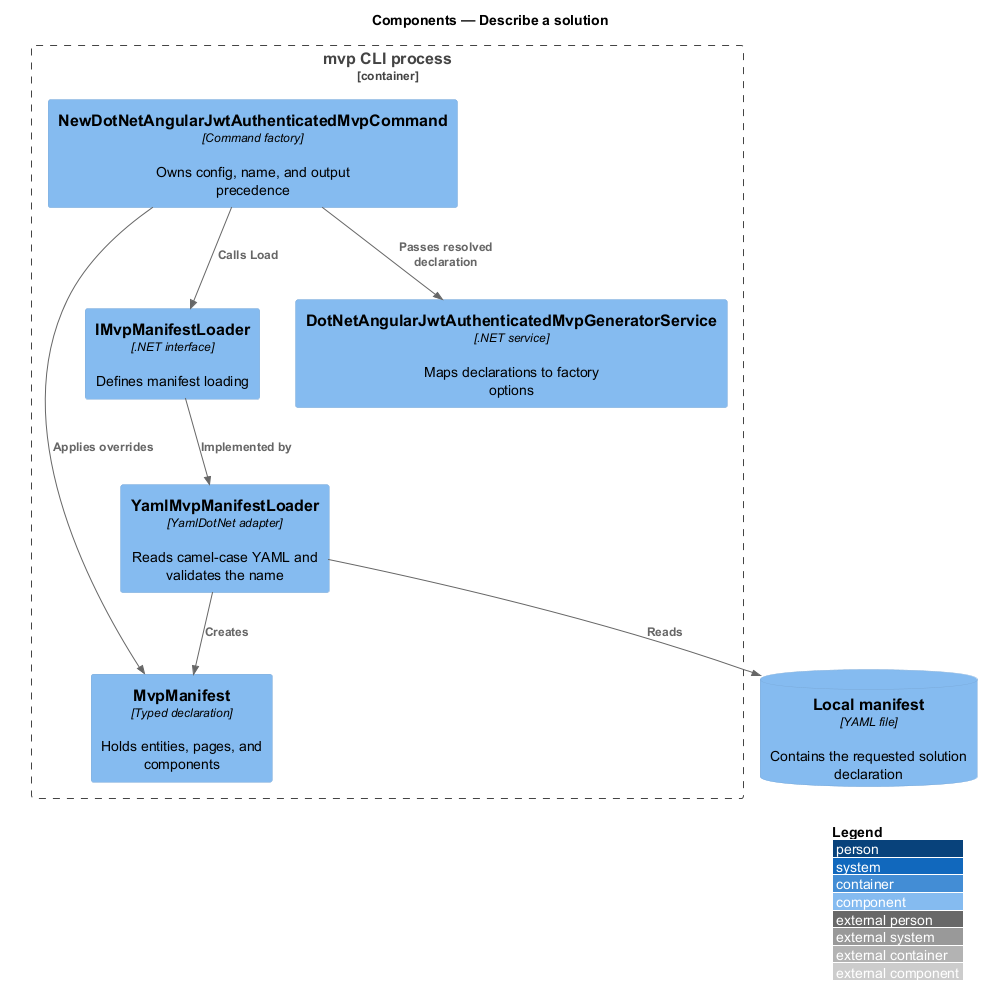
QuinntyneBrown/mvp keeps this PlantUML diagram as docs/detailed-designs/manifest/describe-a-solution/diagrams/c4-component.png. Above is the earlier version. The source it was exported from:
```plantuml
@startuml
!include <C4/C4_Component>
LAYOUT_WITH_LEGEND()
title Components — Describe a solution

Container_Boundary(cli, "mvp CLI process") {
  Component(command, "NewDotNetAngularJwtAuthenticatedMvpCommand", "Command factory", "Owns config, name, and output precedence")
  Component(contract, "IMvpManifestLoader", ".NET interface", "Defines manifest loading")
  Component(loader, "YamlMvpManifestLoader", "YamlDotNet adapter", "Reads camel-case YAML and validates the name")
  Component(model, "MvpManifest", "Typed declaration", "Holds entities, pages, and components")
  Component(mapper, "DotNetAngularJwtAuthenticatedMvpGeneratorService", ".NET service", "Maps declarations to factory options")
}
ComponentDb(files, "Local manifest", "YAML file", "Contains the requested solution declaration")

Rel(command, contract, "Calls Load")
Rel(contract, loader, "Implemented by")
Rel(loader, files, "Reads")
Rel(loader, model, "Creates")
Rel(command, model, "Applies overrides")
Rel(command, mapper, "Passes resolved declaration")
@enduml
```
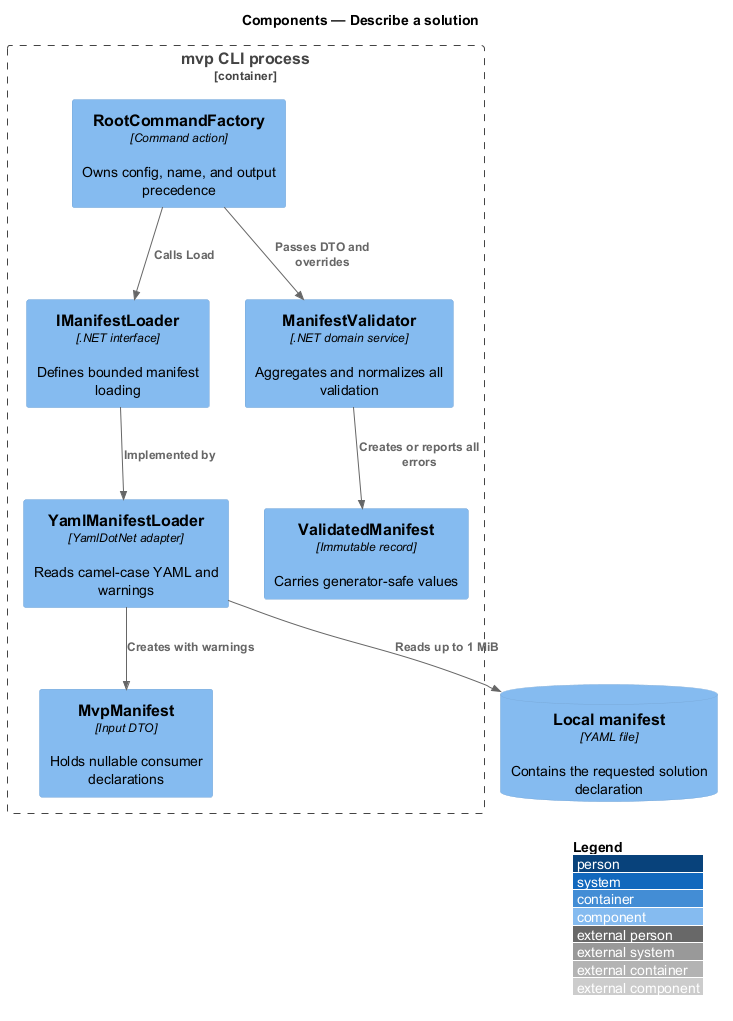
The same file after the commit.

Change to the diagram source:
```diff
@@ -4,18 +4,19 @@
 title Components — Describe a solution
 
 Container_Boundary(cli, "mvp CLI process") {
-  Component(command, "NewDotNetAngularJwtAuthenticatedMvpCommand", "Command factory", "Owns config, name, and output precedence")
-  Component(contract, "IMvpManifestLoader", ".NET interface", "Defines manifest loading")
-  Component(loader, "YamlMvpManifestLoader", "YamlDotNet adapter", "Reads camel-case YAML and validates the name")
-  Component(model, "MvpManifest", "Typed declaration", "Holds entities, pages, and components")
-  Component(mapper, "DotNetAngularJwtAuthenticatedMvpGeneratorService", ".NET service", "Maps declarations to factory options")
+  Component(command, "RootCommandFactory", "Command action", "Owns config, name, and output precedence")
+  Component(contract, "IManifestLoader", ".NET interface", "Defines bounded manifest loading")
+  Component(loader, "YamlManifestLoader", "YamlDotNet adapter", "Reads camel-case YAML and warnings")
+  Component(dto, "MvpManifest", "Input DTO", "Holds nullable consumer declarations")
+  Component(validator, "ManifestValidator", ".NET domain service", "Aggregates and normalizes all validation")
+  Component(model, "ValidatedManifest", "Immutable record", "Carries generator-safe values")
 }
 ComponentDb(files, "Local manifest", "YAML file", "Contains the requested solution declaration")
 
 Rel(command, contract, "Calls Load")
 Rel(contract, loader, "Implemented by")
-Rel(loader, files, "Reads")
-Rel(loader, model, "Creates")
-Rel(command, model, "Applies overrides")
-Rel(command, mapper, "Passes resolved declaration")
+Rel(loader, files, "Reads up to 1 MiB")
+Rel(loader, dto, "Creates with warnings")
+Rel(command, validator, "Passes DTO and overrides")
+Rel(validator, model, "Creates or reports all errors")
 @enduml
```
